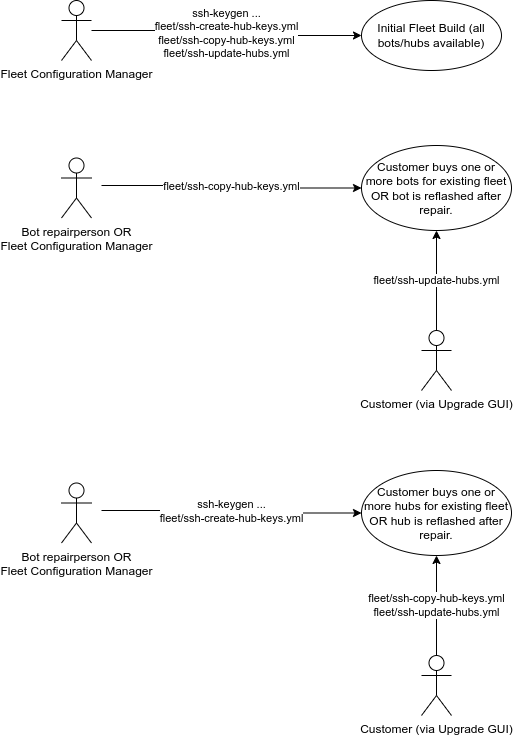
Above: src/doc/figures/jaia-ssh-use-cases.png in jaiarobotics/jaiabot (draw.io), before the change. Source tidied: cells renumbered, new cells last; positions are measured from the earlier drawing's top-left corner, leaving out a move shared by most shapes. Its diagram source:
```xml
<mxGraphModel>
  <root>
    <mxCell id="0" />
    <mxCell id="1" parent="0" />
    <mxCell id="2" value="ssh-keygen ...&lt;br&gt;fleet/ssh-create-hub-keys.yml&lt;br&gt;fleet/ssh-copy-hub-keys.yml&lt;br&gt;fleet/ssh-update-hubs.yml" style="edgeStyle=orthogonalEdgeStyle;rounded=0;jettySize=auto;html=1;" parent="1" edge="1" source="3" target="4">
      <mxGeometry relative="1" as="geometry" />
    </mxCell>
    <mxCell id="3" value="Fleet Configuration Manager" style="shape=umlActor;verticalLabelPosition=bottom;verticalAlign=top;html=1;" parent="1" vertex="1">
      <mxGeometry width="30" height="60" as="geometry" />
    </mxCell>
    <mxCell id="4" value="Initial Fleet Build (all bots/hubs available)" style="ellipse;whiteSpace=wrap;html=1;" parent="1" vertex="1">
      <mxGeometry x="300" width="140" height="70" as="geometry" />
    </mxCell>
    <mxCell id="5" value="fleet/ssh-update-hubs.yml" style="edgeStyle=orthogonalEdgeStyle;rounded=0;jettySize=auto;html=1;entryX=0.5;entryY=1;entryDx=0;entryDy=0;" parent="1" edge="1" source="6" target="7">
      <mxGeometry relative="1" as="geometry" />
    </mxCell>
    <mxCell id="6" value="Customer (via Upgrade GUI)" style="shape=umlActor;verticalLabelPosition=bottom;verticalAlign=top;html=1;" parent="1" vertex="1">
      <mxGeometry x="360" y="330" width="30" height="60" as="geometry" />
    </mxCell>
    <mxCell id="7" value="Customer buys one or more bots for existing fleet OR bot is reflashed after repair." style="ellipse;whiteSpace=wrap;html=1;" parent="1" vertex="1">
      <mxGeometry x="300" y="145" width="150" height="85" as="geometry" />
    </mxCell>
    <mxCell id="8" value="fleet/ssh-copy-hub-keys.yml" style="edgeStyle=orthogonalEdgeStyle;rounded=0;jettySize=auto;html=1;" parent="1" edge="1" target="7">
      <mxGeometry relative="1" as="geometry">
        <mxPoint x="40" y="185" as="sourcePoint" />
      </mxGeometry>
    </mxCell>
    <mxCell id="9" value="Bot repairperson OR&lt;br&gt;Fleet Configuration Manager" style="shape=umlActor;verticalLabelPosition=bottom;verticalAlign=top;html=1;" parent="1" vertex="1">
      <mxGeometry y="157.5" width="30" height="60" as="geometry" />
    </mxCell>
    <mxCell id="10" value="fleet/ssh-copy-hub-keys.yml&lt;br&gt;fleet/ssh-update-hubs.yml" style="edgeStyle=orthogonalEdgeStyle;rounded=0;jettySize=auto;html=1;entryX=0.5;entryY=1;entryDx=0;entryDy=0;" parent="1" edge="1" source="11" target="12">
      <mxGeometry relative="1" as="geometry" />
    </mxCell>
    <mxCell id="11" value="Customer (via Upgrade GUI)" style="shape=umlActor;verticalLabelPosition=bottom;verticalAlign=top;html=1;" parent="1" vertex="1">
      <mxGeometry x="360" y="655" width="30" height="60" as="geometry" />
    </mxCell>
    <mxCell id="12" value="Customer buys one or more hubs for existing fleet OR hub is reflashed after repair." style="ellipse;whiteSpace=wrap;html=1;" parent="1" vertex="1">
      <mxGeometry x="300" y="470" width="150" height="85" as="geometry" />
    </mxCell>
    <mxCell id="13" value="ssh-keygen ...&lt;br&gt;fleet/ssh-create-hub-keys.yml" style="edgeStyle=orthogonalEdgeStyle;rounded=0;jettySize=auto;html=1;" parent="1" edge="1" target="12">
      <mxGeometry relative="1" as="geometry">
        <mxPoint x="40" y="510" as="sourcePoint" />
      </mxGeometry>
    </mxCell>
    <mxCell id="14" value="Bot repairperson OR&lt;br&gt;Fleet Configuration Manager" style="shape=umlActor;verticalLabelPosition=bottom;verticalAlign=top;html=1;" parent="1" vertex="1">
      <mxGeometry y="482.5" width="30" height="60" as="geometry" />
    </mxCell>
  </root>
</mxGraphModel>
```
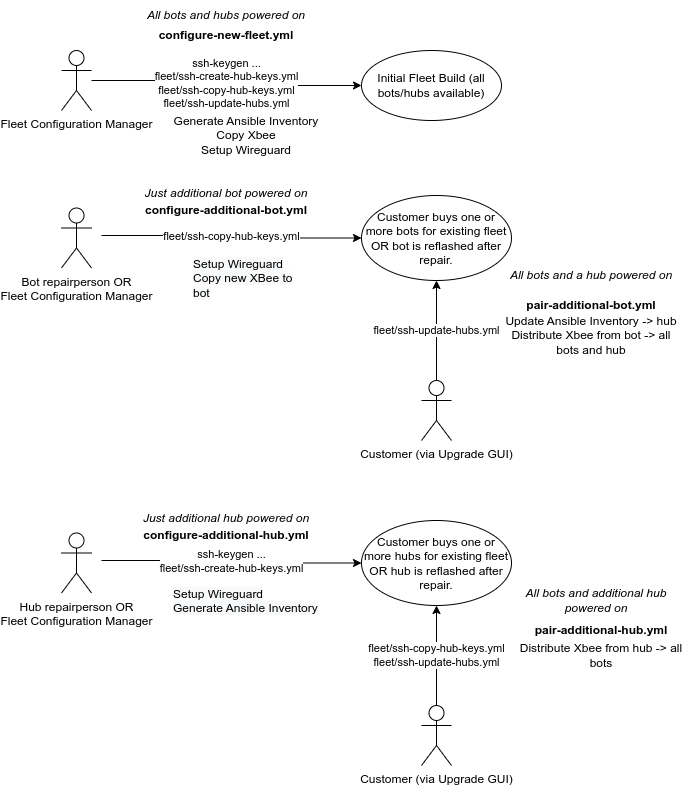
Later version of the same file.

Commit message:
Clean up ansible playbooks; begin meta-playbooks for additional bots/hubs use cases. Remove dead code from fleet-config.sh

Change to the diagram source:
```diff
@@ -42,8 +42,53 @@
         <mxPoint x="40" y="510" as="sourcePoint" />
       </mxGeometry>
     </mxCell>
-    <mxCell id="14" value="Bot repairperson OR&lt;br&gt;Fleet Configuration Manager" style="shape=umlActor;verticalLabelPosition=bottom;verticalAlign=top;html=1;" parent="1" vertex="1">
+    <mxCell id="14" value="Hub repairperson OR&lt;br&gt;Fleet Configuration Manager" style="shape=umlActor;verticalLabelPosition=bottom;verticalAlign=top;html=1;" parent="1" vertex="1">
       <mxGeometry y="482.5" width="30" height="60" as="geometry" />
     </mxCell>
+    <mxCell id="15" value="Generate Ansible Inventory&lt;br&gt;Copy Xbee&lt;br&gt;Setup Wireguard" style="text;html=1;strokeColor=none;fillColor=none;align=center;verticalAlign=middle;whiteSpace=wrap;rounded=0;" parent="1" vertex="1">
+      <mxGeometry x="95" y="70" width="180" height="30" as="geometry" />
+    </mxCell>
+    <mxCell id="16" value="Update Ansible Inventory -&amp;gt; hub&lt;br&gt;Distribute Xbee from bot -&amp;gt; all bots and hub" style="text;html=1;strokeColor=none;fillColor=none;align=center;verticalAlign=middle;whiteSpace=wrap;rounded=0;" parent="1" vertex="1">
+      <mxGeometry x="440" y="270" width="180" height="30" as="geometry" />
+    </mxCell>
+    <mxCell id="17" value="&lt;span style=&quot;color: rgb(0, 0, 0); font-family: Helvetica; font-size: 12px; font-style: normal; font-variant-ligatures: normal; font-variant-caps: normal; font-weight: 400; letter-spacing: normal; orphans: 2; text-align: center; text-indent: 0px; text-transform: none; widows: 2; word-spacing: 0px; -webkit-text-stroke-width: 0px; background-color: rgb(248, 249, 250); text-decoration-thickness: initial; text-decoration-style: initial; text-decoration-color: initial; float: none; display: inline !important;&quot;&gt;Setup Wireguard&lt;br&gt;Copy new XBee to bot&lt;br&gt;&lt;/span&gt;" style="text;whiteSpace=wrap;html=1;" parent="1" vertex="1">
+      <mxGeometry x="130" y="200" width="120" height="40" as="geometry" />
+    </mxCell>
+    <mxCell id="18" value="&lt;span style=&quot;color: rgb(0, 0, 0); font-family: Helvetica; font-size: 12px; font-style: normal; font-variant-ligatures: normal; font-variant-caps: normal; font-weight: 400; letter-spacing: normal; orphans: 2; text-align: center; text-indent: 0px; text-transform: none; widows: 2; word-spacing: 0px; -webkit-text-stroke-width: 0px; background-color: rgb(248, 249, 250); text-decoration-thickness: initial; text-decoration-style: initial; text-decoration-color: initial; float: none; display: inline !important;&quot;&gt;Setup Wireguard&lt;br&gt;Generate Ansible Inventory&lt;br&gt;&lt;/span&gt;" style="text;whiteSpace=wrap;html=1;" parent="1" vertex="1">
+      <mxGeometry x="110" y="530" width="150" height="40" as="geometry" />
+    </mxCell>
+    <mxCell id="19" value="Distribute Xbee from hub -&amp;gt; all bots" style="text;html=1;strokeColor=none;fillColor=none;align=center;verticalAlign=middle;whiteSpace=wrap;rounded=0;" parent="1" vertex="1">
+      <mxGeometry x="450" y="590" width="180" height="30" as="geometry" />
+    </mxCell>
+    <mxCell id="20" value="&lt;b&gt;configure-new-fleet.yml&lt;/b&gt;" style="text;html=1;strokeColor=none;fillColor=none;align=center;verticalAlign=middle;whiteSpace=wrap;rounded=0;" parent="1" vertex="1">
+      <mxGeometry x="70" y="-30" width="190" height="30" as="geometry" />
+    </mxCell>
+    <mxCell id="21" value="&lt;b&gt;configure-additional-bot.yml&lt;/b&gt;" style="text;html=1;strokeColor=none;fillColor=none;align=center;verticalAlign=middle;whiteSpace=wrap;rounded=0;" parent="1" vertex="1">
+      <mxGeometry x="70" y="145" width="190" height="30" as="geometry" />
+    </mxCell>
+    <mxCell id="22" value="&lt;b&gt;configure-additional-hub.yml&lt;/b&gt;" style="text;html=1;strokeColor=none;fillColor=none;align=center;verticalAlign=middle;whiteSpace=wrap;rounded=0;" parent="1" vertex="1">
+      <mxGeometry x="70" y="470" width="190" height="30" as="geometry" />
+    </mxCell>
+    <mxCell id="23" value="&lt;b&gt;pair-additional-bot.yml&lt;/b&gt;" style="text;html=1;strokeColor=none;fillColor=none;align=center;verticalAlign=middle;whiteSpace=wrap;rounded=0;" parent="1" vertex="1">
+      <mxGeometry x="435" y="240" width="190" height="30" as="geometry" />
+    </mxCell>
+    <mxCell id="24" value="&lt;b&gt;pair-additional-hub.yml&lt;/b&gt;" style="text;html=1;strokeColor=none;fillColor=none;align=center;verticalAlign=middle;whiteSpace=wrap;rounded=0;" parent="1" vertex="1">
+      <mxGeometry x="445" y="565" width="190" height="30" as="geometry" />
+    </mxCell>
+    <mxCell id="25" value="&lt;span&gt;All bots and hubs powered on&lt;/span&gt;" style="text;html=1;strokeColor=none;fillColor=none;align=center;verticalAlign=middle;whiteSpace=wrap;rounded=0;fontStyle=2;" parent="1" vertex="1">
+      <mxGeometry x="70" y="-50" width="190" height="30" as="geometry" />
+    </mxCell>
+    <mxCell id="26" value="&lt;span&gt;Just additional bot powered on&lt;/span&gt;" style="text;html=1;strokeColor=none;fillColor=none;align=center;verticalAlign=middle;whiteSpace=wrap;rounded=0;fontStyle=2;" parent="1" vertex="1">
+      <mxGeometry x="70" y="127.5" width="190" height="30" as="geometry" />
+    </mxCell>
+    <mxCell id="27" value="&lt;span&gt;All bots and a hub powered on&lt;/span&gt;" style="text;html=1;strokeColor=none;fillColor=none;align=center;verticalAlign=middle;whiteSpace=wrap;rounded=0;fontStyle=2;" parent="1" vertex="1">
+      <mxGeometry x="435" y="210" width="190" height="30" as="geometry" />
+    </mxCell>
+    <mxCell id="28" value="&lt;span&gt;All bots and additional hub powered on&lt;/span&gt;" style="text;html=1;strokeColor=none;fillColor=none;align=center;verticalAlign=middle;whiteSpace=wrap;rounded=0;fontStyle=2;" parent="1" vertex="1">
+      <mxGeometry x="440" y="535" width="190" height="30" as="geometry" />
+    </mxCell>
+    <mxCell id="29" value="&lt;span&gt;Just additional hub powered on&lt;/span&gt;" style="text;html=1;strokeColor=none;fillColor=none;align=center;verticalAlign=middle;whiteSpace=wrap;rounded=0;fontStyle=2;" parent="1" vertex="1">
+      <mxGeometry x="70" y="452.5" width="190" height="30" as="geometry" />
+    </mxCell>
   </root>
 </mxGraphModel>
```
